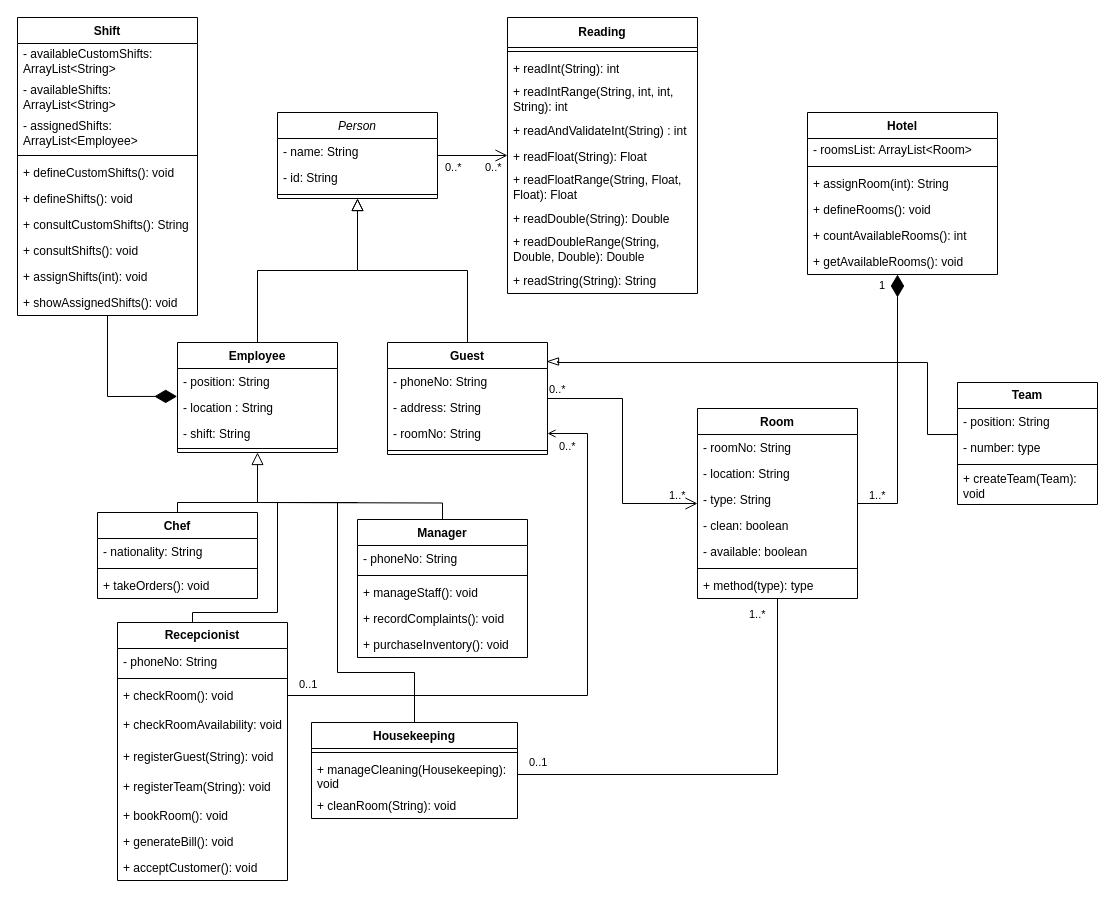
This is files/HotelFollowers.drawio from mesasg/HotelTecnicas, a draw.io file, before an edit. Source tidied: cells renumbered, new cells numbered last; positions are measured from the earlier drawing's top-left corner, leaving out a move shared by most shapes. Both pictures are drawn from the tidied source at 100%, with x=0, y=0 at pixel (17, 17).
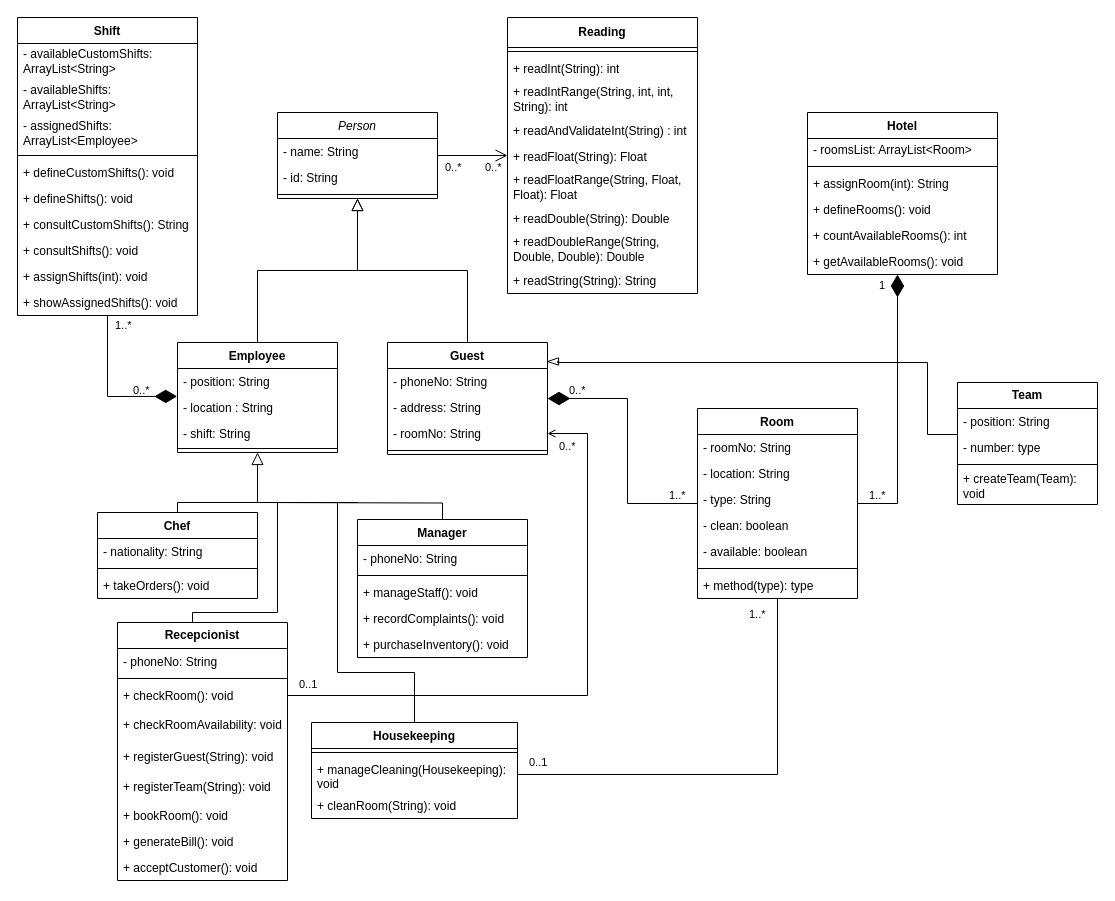
The same diagram, later.

The change refers to these unchanged cells:
```xml
<mxCell id="14" value="Guest" style="swimlane;fontStyle=1;align=center;verticalAlign=top;horizontal=1;startSize=26;rounded=0;shadow=0;strokeWidth=1;" parent="1" vertex="1">
  <mxGeometry x="370" y="325" width="160" height="112" as="geometry" />
</mxCell>
<mxCell id="71" value="Room" style="swimlane;fontStyle=1;align=center;verticalAlign=top;horizontal=1;startSize=26;whiteSpace=wrap;html=1;" parent="1" vertex="1">
  <mxGeometry x="680" y="391" width="160" height="190" as="geometry" />
</mxCell>
```

Diff of the diagram source:
```diff
@@
-    <mxCell id="13" style="edgeStyle=orthogonalEdgeStyle;rounded=0;jettySize=auto;html=1;endArrow=open;endFill=0;startSize=0;endSize=10;" parent="1" edge="1" source="14" target="71">
+    <mxCell id="13" style="edgeStyle=orthogonalEdgeStyle;rounded=0;jettySize=auto;html=1;endArrow=diamondThin;endFill=1;startSize=0;endSize=20;" parent="1" edge="1" source="71" target="14">
       <mxGeometry relative="1" as="geometry" />
     </mxCell>
@@
     <mxCell id="89" value="0..*" style="edgeLabel;html=1;align=left;verticalAlign=bottom;labelBackgroundColor=none;" parent="1" vertex="1">
-      <mxGeometry x="530" y="380" as="geometry" />
+      <mxGeometry x="550" y="381" as="geometry" />
     </mxCell>
@@
+    <mxCell id="104" value="1..*" style="edgeLabel;html=1;align=left;verticalAlign=bottom;labelBackgroundColor=none;rotation=0;" parent="1" vertex="1">
+      <mxGeometry x="100" y="315" as="geometry">
+        <mxPoint x="-4" y="1" as="offset" />
+      </mxGeometry>
+    </mxCell>
+    <mxCell id="105" value="0..*" style="edgeLabel;html=1;align=left;verticalAlign=bottom;labelBackgroundColor=none;" parent="1" vertex="1">
+      <mxGeometry x="80" y="335" as="geometry">
+        <mxPoint x="34" y="46" as="offset" />
+      </mxGeometry>
+    </mxCell>
```
